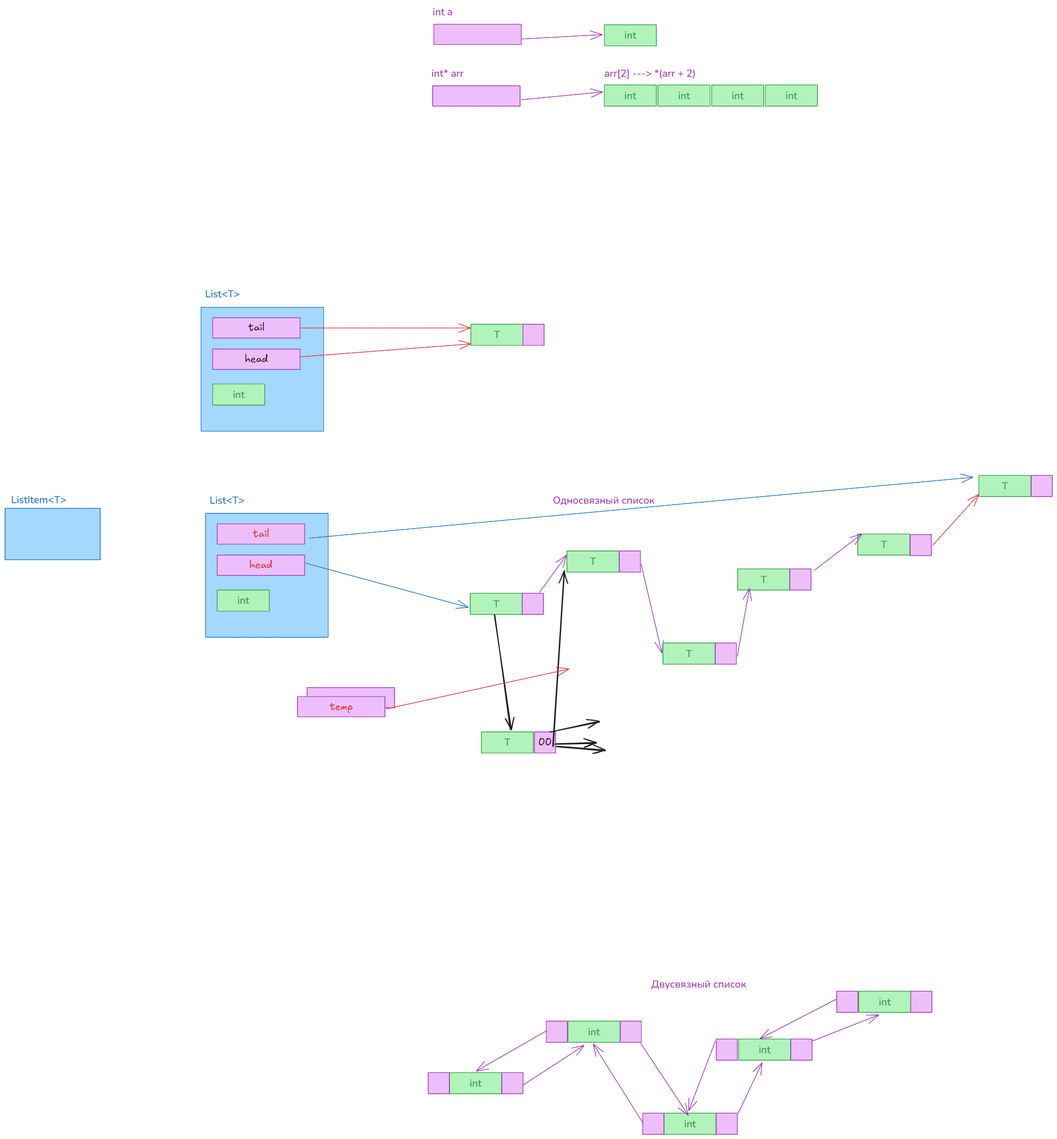
Above: img/09.dyn_structs.excalidraw.png in silvercodes/P42_cpp_oop (Excalidraw), before the change. Source tidied: one line per element, renumbered; positions are measured from the earlier drawing's top-left corner, leaving out a move shared by most shapes.
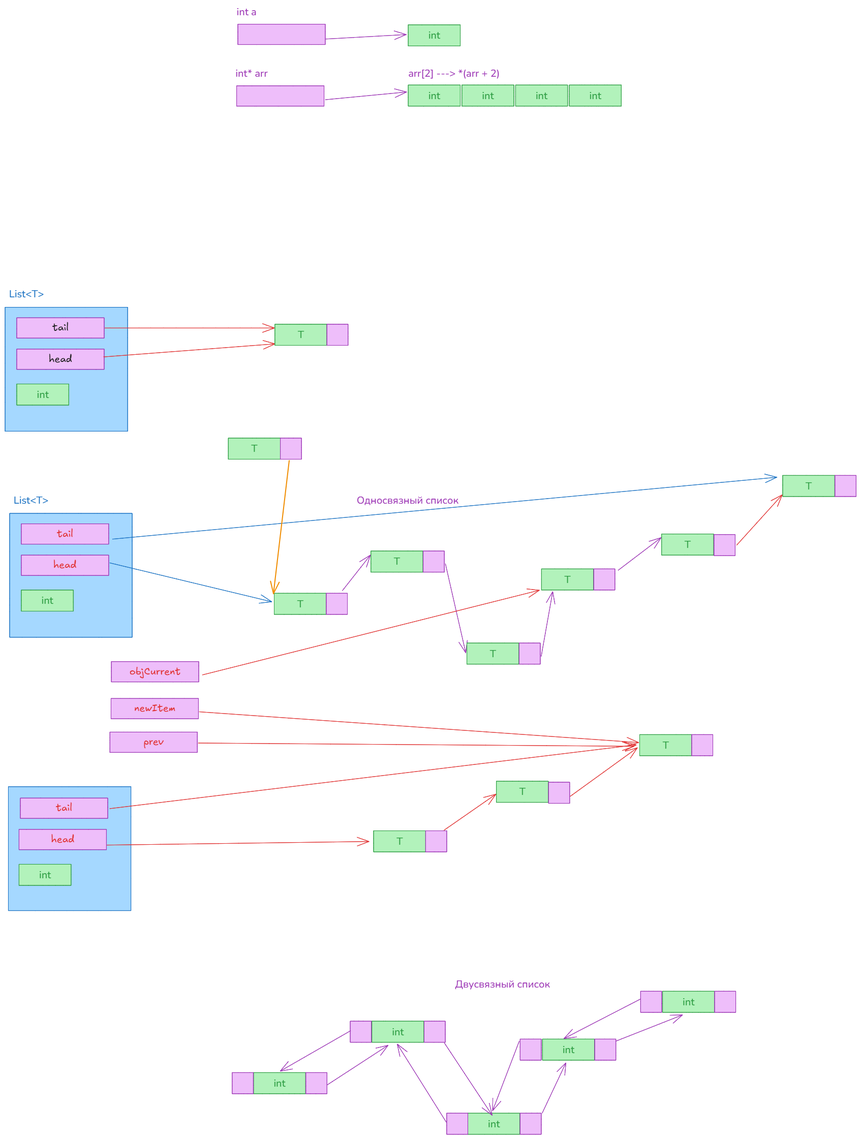
The same file after the commit.

Diff of the diagram source:
```diff
@@ -17,5 +17,5 @@
 {"id": 16, "type": "arrow", "strokeColor": "#9c36b5", "backgroundColor": "#eebefa", "fillStyle": "solid", "strokeWidth": 1, "roughness": 0, "endArrowhead": "arrow", "round": true, "from": 14, "to": 0, "x": 631, "y": 67, "width": 158, "height": 9, "points": [[0, 0], [158, -9]]}
-{"id": 17, "type": "rectangle", "strokeColor": "#2f9e44", "backgroundColor": "#b2f2bb", "fillStyle": "solid", "strokeWidth": 1, "roughness": 0, "x": 530, "y": 1157, "width": 102, "height": 42}
-{"id": 18, "type": "text", "text": "T", "strokeColor": "#2f9e44", "backgroundColor": "#b2f2bb", "fillStyle": "solid", "strokeWidth": 1, "roughness": 0, "fontSize": 20, "fontFamily": 6, "textAlign": "center", "verticalAlign": "middle", "inside": 17, "x": 575, "y": 1165, "width": 12, "height": 27}
-{"id": 19, "type": "rectangle", "strokeColor": "#9c36b5", "backgroundColor": "#eebefa", "fillStyle": "solid", "strokeWidth": 1, "roughness": 0, "x": 632, "y": 1157, "width": 42, "height": 42}
+{"id": 96, "type": "rectangle", "strokeColor": "#2f9e44", "backgroundColor": "#b2f2bb", "fillStyle": "solid", "strokeWidth": 1, "roughness": 0, "x": 530, "y": 1157, "width": 102, "height": 42}
+{"id": 97, "type": "text", "text": "T", "strokeColor": "#2f9e44", "backgroundColor": "#b2f2bb", "fillStyle": "solid", "strokeWidth": 1, "roughness": 0, "fontSize": 20, "fontFamily": 6, "textAlign": "center", "verticalAlign": "middle", "inside": 96, "x": 575, "y": 1165, "width": 12, "height": 27}
+{"id": 98, "type": "rectangle", "strokeColor": "#9c36b5", "backgroundColor": "#eebefa", "fillStyle": "solid", "strokeWidth": 1, "roughness": 0, "x": 632, "y": 1157, "width": 42, "height": 42}
 {"id": 20, "type": "rectangle", "strokeColor": "#2f9e44", "backgroundColor": "#b2f2bb", "fillStyle": "solid", "strokeWidth": 1, "roughness": 0, "x": 720, "y": 1074, "width": 102, "height": 42}
@@ -26,4 +26,4 @@
 {"id": 25, "type": "rectangle", "strokeColor": "#9c36b5", "backgroundColor": "#eebefa", "fillStyle": "solid", "strokeWidth": 1, "roughness": 0, "x": 1158, "y": 1109, "width": 42, "height": 42}
-{"id": 26, "type": "arrow", "strokeColor": "#9c36b5", "backgroundColor": "#eebefa", "fillStyle": "solid", "strokeWidth": 1, "roughness": 0, "endArrowhead": "arrow", "round": true, "from": 19, "to": 20, "x": 666, "y": 1155, "width": 53, "height": 73, "points": [[0, 0], [53, -73]]}
+{"id": 26, "type": "arrow", "strokeColor": "#9c36b5", "backgroundColor": "#eebefa", "fillStyle": "solid", "strokeWidth": 1, "roughness": 0, "endArrowhead": "arrow", "round": true, "from": 98, "to": 20, "x": 664, "y": 1152, "width": 55, "height": 70, "points": [[0, 0], [55, -70]]}
-{"id": 27, "type": "arrow", "strokeColor": "#9c36b5", "backgroundColor": "#eebefa", "fillStyle": "solid", "strokeWidth": 1, "roughness": 0, "endArrowhead": "arrow", "round": true, "from": 22, "to": 32, "x": 866, "y": 1101, "width": 41, "height": 174, "points": [[0, 0], [41, 174]]}
+{"id": 27, "type": "arrow", "strokeColor": "#9c36b5", "backgroundColor": "#eebefa", "fillStyle": "solid", "strokeWidth": 1, "roughness": 0, "endArrowhead": "arrow", "round": true, "from": 22, "to": 32, "x": 866, "y": 1099, "width": 40, "height": 176, "points": [[0, 0], [40, 176]]}
 {"id": 28, "type": "rectangle", "strokeColor": "#2f9e44", "backgroundColor": "#b2f2bb", "fillStyle": "solid", "strokeWidth": 1, "roughness": 0, "x": 1292, "y": 1041, "width": 102, "height": 42}
@@ -31,3 +31,3 @@
 {"id": 30, "type": "rectangle", "strokeColor": "#9c36b5", "backgroundColor": "#eebefa", "fillStyle": "solid", "strokeWidth": 1, "roughness": 0, "x": 1395, "y": 1042, "width": 42, "height": 42}
-{"id": 31, "type": "arrow", "strokeColor": "#9c36b5", "backgroundColor": "#eebefa", "fillStyle": "solid", "strokeWidth": 1, "roughness": 0, "endArrowhead": "arrow", "round": true, "from": 25, "to": 28, "x": 1206, "y": 1112, "width": 94, "height": 72, "points": [[0, 0], [94, -72]]}
+{"id": 31, "type": "arrow", "strokeColor": "#9c36b5", "backgroundColor": "#eebefa", "fillStyle": "solid", "strokeWidth": 1, "roughness": 0, "endArrowhead": "arrow", "round": true, "from": 25, "to": 28, "x": 1206, "y": 1112, "width": 84, "height": 64, "points": [[0, 0], [84, -64]]}
 {"id": 32, "type": "rectangle", "strokeColor": "#2f9e44", "backgroundColor": "#b2f2bb", "fillStyle": "solid", "strokeWidth": 1, "roughness": 0, "x": 909, "y": 1255, "width": 102, "height": 42}
@@ -35,3 +35,3 @@
 {"id": 34, "type": "rectangle", "strokeColor": "#9c36b5", "backgroundColor": "#eebefa", "fillStyle": "solid", "strokeWidth": 1, "roughness": 0, "x": 1011, "y": 1255, "width": 42, "height": 42}
-{"id": 35, "type": "arrow", "strokeColor": "#9c36b5", "backgroundColor": "#eebefa", "fillStyle": "solid", "strokeWidth": 1, "roughness": 0, "endArrowhead": "arrow", "round": true, "from": 34, "to": 23, "x": 1055, "y": 1281, "width": 24, "height": 134, "points": [[0, 0], [24, -134]]}
+{"id": 35, "type": "arrow", "strokeColor": "#9c36b5", "backgroundColor": "#eebefa", "fillStyle": "solid", "strokeWidth": 1, "roughness": 0, "endArrowhead": "arrow", "round": true, "from": 34, "to": 23, "x": 1055, "y": 1281, "width": 23, "height": 127, "points": [[0, 0], [23, -127]]}
 {"id": 36, "type": "text", "text": "Односвязный список", "strokeColor": "#9c36b5", "backgroundColor": "#eebefa", "fillStyle": "solid", "strokeWidth": 1, "roughness": 0, "fontSize": 20, "fontFamily": 6, "x": 692, "y": 961, "width": 200, "height": 27}
@@ -66,11 +66,11 @@
 {"id": 65, "type": "text", "text": "Двусвязный список", "strokeColor": "#9c36b5", "backgroundColor": "#eebefa", "fillStyle": "solid", "strokeWidth": 1, "roughness": 0, "fontSize": 20, "fontFamily": 6, "x": 885, "y": 1913, "width": 187, "height": 27}
-{"id": 66, "type": "rectangle", "strokeColor": "#1971c2", "backgroundColor": "#a5d8ff", "fillStyle": "solid", "strokeWidth": 1, "roughness": 0, "x": 9, "y": 1000, "width": 241, "height": 244}
-{"id": 67, "type": "rectangle", "strokeColor": "#9c36b5", "backgroundColor": "#eebefa", "fillStyle": "solid", "strokeWidth": 1, "roughness": 0, "x": 32, "y": 1082, "width": 172, "height": 40}
-{"id": 68, "type": "text", "text": "head", "strokeColor": "#e03131", "strokeWidth": 1, "roughness": 0, "fontSize": 20, "fontFamily": 5, "textAlign": "center", "verticalAlign": "middle", "inside": 67, "x": 95, "y": 1090, "width": 46, "height": 25}
+{"id": 99, "type": "rectangle", "strokeColor": "#1971c2", "backgroundColor": "#a5d8ff", "fillStyle": "solid", "strokeWidth": 1, "roughness": 0, "x": 9, "y": 1000, "width": 241, "height": 244}
+{"id": 100, "type": "rectangle", "strokeColor": "#9c36b5", "backgroundColor": "#eebefa", "fillStyle": "solid", "strokeWidth": 1, "roughness": 0, "x": 32, "y": 1082, "width": 172, "height": 40}
+{"id": 101, "type": "text", "text": "head", "strokeColor": "#e03131", "strokeWidth": 1, "roughness": 0, "fontSize": 20, "fontFamily": 5, "textAlign": "center", "verticalAlign": "middle", "inside": 100, "x": 95, "y": 1090, "width": 46, "height": 25}
-{"id": 69, "type": "arrow", "strokeColor": "#1971c2", "backgroundColor": "#a5d8ff", "fillStyle": "solid", "strokeWidth": 1, "roughness": 0, "endArrowhead": "arrow", "round": true, "from": 67, "to": 17, "x": 206, "y": 1098, "width": 320, "height": 87, "points": [[0, 0], [320, 87]]}
+{"id": 69, "type": "arrow", "strokeColor": "#1971c2", "backgroundColor": "#a5d8ff", "fillStyle": "solid", "strokeWidth": 1, "roughness": 0, "endArrowhead": "arrow", "round": true, "from": 100, "to": 96, "x": 206, "y": 1097, "width": 319, "height": 77, "points": [[0, 0], [319, 77]]}
-{"id": 70, "type": "rectangle", "strokeColor": "#2f9e44", "backgroundColor": "#b2f2bb", "fillStyle": "solid", "strokeWidth": 1, "roughness": 0, "x": 32, "y": 1151, "width": 102, "height": 42}
-{"id": 71, "type": "text", "text": "int", "strokeColor": "#2f9e44", "backgroundColor": "#b2f2bb", "fillStyle": "solid", "strokeWidth": 1, "roughness": 0, "fontSize": 20, "fontFamily": 6, "textAlign": "center", "verticalAlign": "middle", "inside": 70, "x": 71, "y": 1158, "width": 23, "height": 27}
-{"id": 72, "type": "rectangle", "strokeColor": "#9c36b5", "backgroundColor": "#eebefa", "fillStyle": "solid", "strokeWidth": 1, "roughness": 0, "x": 32, "y": 1021, "width": 172, "height": 40}
-{"id": 73, "type": "text", "text": "tail", "strokeColor": "#e03131", "strokeWidth": 1, "roughness": 0, "fontSize": 20, "fontFamily": 5, "textAlign": "center", "verticalAlign": "middle", "inside": 72, "x": 102, "y": 1028, "width": 32, "height": 25}
+{"id": 102, "type": "rectangle", "strokeColor": "#2f9e44", "backgroundColor": "#b2f2bb", "fillStyle": "solid", "strokeWidth": 1, "roughness": 0, "x": 32, "y": 1151, "width": 102, "height": 42}
+{"id": 103, "type": "text", "text": "int", "strokeColor": "#2f9e44", "backgroundColor": "#b2f2bb", "fillStyle": "solid", "strokeWidth": 1, "roughness": 0, "fontSize": 20, "fontFamily": 6, "textAlign": "center", "verticalAlign": "middle", "inside": 102, "x": 71, "y": 1158, "width": 23, "height": 27}
+{"id": 104, "type": "rectangle", "strokeColor": "#9c36b5", "backgroundColor": "#eebefa", "fillStyle": "solid", "strokeWidth": 1, "roughness": 0, "x": 32, "y": 1021, "width": 172, "height": 40}
+{"id": 105, "type": "text", "text": "tail", "strokeColor": "#e03131", "strokeWidth": 1, "roughness": 0, "fontSize": 20, "fontFamily": 5, "textAlign": "center", "verticalAlign": "middle", "inside": 104, "x": 102, "y": 1028, "width": 32, "height": 25}
-{"id": 74, "type": "arrow", "strokeColor": "#1971c2", "backgroundColor": "#a5d8ff", "fillStyle": "solid", "strokeWidth": 1, "roughness": 0, "endArrowhead": "arrow", "round": true, "from": 72, "to": 89, "x": 213, "y": 1049, "width": 1306, "height": 120, "points": [[0, 0], [1306, -120]]}
+{"id": 74, "type": "arrow", "strokeColor": "#1971c2", "backgroundColor": "#a5d8ff", "fillStyle": "solid", "strokeWidth": 1, "roughness": 0, "endArrowhead": "arrow", "round": true, "from": 104, "to": 89, "x": 211, "y": 1051, "width": 1307, "height": 122, "points": [[0, 0], [1307, -122]]}
 {"id": 75, "type": "text", "text": "List<T>", "strokeColor": "#1971c2", "backgroundColor": "#a5d8ff", "fillStyle": "solid", "strokeWidth": 1, "roughness": 0, "fontSize": 20, "fontFamily": 6, "x": 17, "y": 961, "width": 69, "height": 27}
@@ -92,5 +92,34 @@
 {"id": 91, "type": "rectangle", "strokeColor": "#9c36b5", "backgroundColor": "#eebefa", "fillStyle": "solid", "strokeWidth": 1, "roughness": 0, "x": 1633, "y": 925, "width": 42, "height": 42}
-{"id": 92, "type": "arrow", "strokeColor": "#e03131", "strokeWidth": 1, "roughness": 0, "endArrowhead": "arrow", "round": true, "from": 30, "to": 89, "x": 1439, "y": 1063, "width": 91, "height": 100, "points": [[0, 0], [91, -100]]}
+{"id": 92, "type": "arrow", "strokeColor": "#e03131", "strokeWidth": 1, "roughness": 0, "endArrowhead": "arrow", "round": true, "from": 30, "to": 89, "x": 1439, "y": 1063, "width": 90, "height": 99, "points": [[0, 0], [90, -99]]}
-{"id": 93, "type": "arrow", "strokeColor": "#e03131", "strokeWidth": 1, "roughness": 0, "endArrowhead": "arrow", "round": true, "from": 94, "x": 365, "y": 1385, "width": 359, "height": 78, "points": [[0, 0], [359, -78]]}
-{"id": 94, "type": "rectangle", "strokeColor": "#9c36b5", "backgroundColor": "#eebefa", "fillStyle": "solid", "strokeWidth": 1, "roughness": 0, "x": 190, "y": 1360, "width": 172, "height": 40}
-{"id": 95, "type": "text", "text": "temp", "strokeColor": "#e03131", "strokeWidth": 1, "roughness": 0, "fontSize": 20, "fontFamily": 5, "textAlign": "center", "verticalAlign": "middle", "inside": 94, "x": 253, "y": 1368, "width": 46, "height": 25}
+{"id": 66, "type": "rectangle", "strokeColor": "#1971c2", "backgroundColor": "#a5d8ff", "fillStyle": "solid", "strokeWidth": 1, "roughness": 0, "x": 6, "y": 1538, "width": 241, "height": 244}
+{"id": 67, "type": "rectangle", "strokeColor": "#9c36b5", "backgroundColor": "#eebefa", "fillStyle": "solid", "strokeWidth": 1, "roughness": 0, "x": 27, "y": 1622, "width": 172, "height": 40}
+{"id": 68, "type": "text", "text": "head", "strokeColor": "#e03131", "strokeWidth": 1, "roughness": 0, "fontSize": 20, "fontFamily": 5, "textAlign": "center", "verticalAlign": "middle", "inside": 67, "x": 91, "y": 1629, "width": 46, "height": 25}
+{"id": 70, "type": "rectangle", "strokeColor": "#2f9e44", "backgroundColor": "#b2f2bb", "fillStyle": "solid", "strokeWidth": 1, "roughness": 0, "x": 27, "y": 1690, "width": 102, "height": 42}
+{"id": 71, "type": "text", "text": "int", "strokeColor": "#2f9e44", "backgroundColor": "#b2f2bb", "fillStyle": "solid", "strokeWidth": 1, "roughness": 0, "fontSize": 20, "fontFamily": 6, "textAlign": "center", "verticalAlign": "middle", "inside": 70, "x": 67, "y": 1698, "width": 23, "height": 27}
+{"id": 106, "type": "rectangle", "strokeColor": "#9c36b5", "backgroundColor": "#eebefa", "fillStyle": "solid", "strokeWidth": 1, "roughness": 0, "x": 30, "y": 1560, "width": 172, "height": 40}
+{"id": 107, "type": "text", "text": "tail", "strokeColor": "#e03131", "strokeWidth": 1, "roughness": 0, "fontSize": 20, "fontFamily": 5, "textAlign": "center", "verticalAlign": "middle", "inside": 106, "x": 100, "y": 1568, "width": 32, "height": 25}
+{"id": 108, "type": "rectangle", "strokeColor": "#9c36b5", "backgroundColor": "#eebefa", "fillStyle": "solid", "strokeWidth": 1, "roughness": 0, "x": 209, "y": 1292, "width": 172, "height": 40}
+{"id": 109, "type": "text", "text": "objCurrent", "strokeColor": "#e03131", "strokeWidth": 1, "roughness": 0, "fontSize": 20, "fontFamily": 5, "textAlign": "center", "verticalAlign": "middle", "inside": 108, "x": 245, "y": 1299, "width": 101, "height": 25}
+{"id": 110, "type": "arrow", "strokeColor": "#e03131", "strokeWidth": 1, "roughness": 0, "endArrowhead": "arrow", "round": true, "from": 108, "to": 23, "x": 388, "y": 1318, "width": 663, "height": 167, "points": [[0, 0], [663, -167]]}
+{"id": 111, "type": "rectangle", "strokeColor": "#9c36b5", "backgroundColor": "#eebefa", "fillStyle": "solid", "strokeWidth": 1, "roughness": 0, "x": 208, "y": 1364, "width": 172, "height": 40}
+{"id": 112, "type": "text", "text": "newItem", "strokeColor": "#e03131", "strokeWidth": 1, "roughness": 0, "fontSize": 20, "fontFamily": 5, "textAlign": "center", "verticalAlign": "middle", "inside": 111, "x": 254, "y": 1372, "width": 81, "height": 25}
+{"id": 113, "type": "arrow", "strokeColor": "#e03131", "strokeWidth": 1, "roughness": 0, "endArrowhead": "arrow", "round": true, "from": 111, "to": 17, "x": 382, "y": 1390, "width": 865, "height": 61, "points": [[0, 0], [865, 61]]}
+{"id": 72, "type": "rectangle", "strokeColor": "#9c36b5", "backgroundColor": "#eebefa", "fillStyle": "solid", "strokeWidth": 1, "roughness": 0, "x": 206, "y": 1430, "width": 172, "height": 40}
+{"id": 73, "type": "text", "text": "prev", "strokeColor": "#e03131", "strokeWidth": 1, "roughness": 0, "fontSize": 20, "fontFamily": 5, "textAlign": "center", "verticalAlign": "middle", "inside": 72, "x": 272, "y": 1438, "width": 40, "height": 25}
+{"id": 114, "type": "arrow", "strokeColor": "#e03131", "strokeWidth": 1, "roughness": 0, "endArrowhead": "arrow", "round": true, "from": 72, "to": 17, "x": 380, "y": 1452, "width": 858, "height": 6, "points": [[0, 0], [858, 6]]}
+{"id": 115, "type": "rectangle", "strokeColor": "#2f9e44", "backgroundColor": "#b2f2bb", "fillStyle": "solid", "strokeWidth": 1, "roughness": 0, "x": 725, "y": 1625, "width": 102, "height": 42}
+{"id": 116, "type": "text", "text": "T", "strokeColor": "#2f9e44", "backgroundColor": "#b2f2bb", "fillStyle": "solid", "strokeWidth": 1, "roughness": 0, "fontSize": 20, "fontFamily": 6, "textAlign": "center", "verticalAlign": "middle", "inside": 115, "x": 770, "y": 1632, "width": 12, "height": 27}
+{"id": 117, "type": "rectangle", "strokeColor": "#9c36b5", "backgroundColor": "#eebefa", "fillStyle": "solid", "strokeWidth": 1, "roughness": 0, "x": 827, "y": 1625, "width": 42, "height": 42}
+{"id": 118, "type": "arrow", "strokeColor": "#e03131", "strokeWidth": 1, "roughness": 0, "endArrowhead": "arrow", "round": true, "from": 106, "to": 17, "x": 206, "y": 1581, "width": 1036, "height": 126, "points": [[0, 0], [1036, -126]]}
+{"id": 119, "type": "arrow", "strokeColor": "#e03131", "strokeWidth": 1, "roughness": 0, "endArrowhead": "arrow", "round": true, "from": 67, "to": 115, "x": 200, "y": 1653, "width": 516, "height": 7, "points": [[0, 0], [516, -7]]}
+{"id": 120, "type": "rectangle", "strokeColor": "#2f9e44", "backgroundColor": "#b2f2bb", "fillStyle": "solid", "strokeWidth": 1, "roughness": 0, "x": 967, "y": 1527, "width": 102, "height": 42}
+{"id": 121, "type": "text", "text": "T", "strokeColor": "#2f9e44", "backgroundColor": "#b2f2bb", "fillStyle": "solid", "strokeWidth": 1, "roughness": 0, "fontSize": 20, "fontFamily": 6, "textAlign": "center", "verticalAlign": "middle", "inside": 120, "x": 1012, "y": 1534, "width": 12, "height": 27}
+{"id": 122, "type": "rectangle", "strokeColor": "#9c36b5", "backgroundColor": "#eebefa", "fillStyle": "solid", "strokeWidth": 1, "roughness": 0, "x": 1069, "y": 1529, "width": 42, "height": 42}
+{"id": 123, "type": "arrow", "strokeColor": "#e03131", "strokeWidth": 1, "roughness": 0, "endArrowhead": "arrow", "round": true, "from": 117, "to": 120, "x": 864, "y": 1624, "width": 102, "height": 71, "points": [[0, 0], [102, -71]]}
+{"id": 17, "type": "rectangle", "strokeColor": "#2f9e44", "backgroundColor": "#b2f2bb", "fillStyle": "solid", "strokeWidth": 1, "roughness": 0, "x": 1249, "y": 1435, "width": 102, "height": 42}
+{"id": 18, "type": "text", "text": "T", "strokeColor": "#2f9e44", "backgroundColor": "#b2f2bb", "fillStyle": "solid", "strokeWidth": 1, "roughness": 0, "fontSize": 20, "fontFamily": 6, "textAlign": "center", "verticalAlign": "middle", "inside": 17, "x": 1294, "y": 1443, "width": 12, "height": 27}
+{"id": 19, "type": "rectangle", "strokeColor": "#9c36b5", "backgroundColor": "#eebefa", "fillStyle": "solid", "strokeWidth": 1, "roughness": 0, "x": 1351, "y": 1435, "width": 42, "height": 42}
+{"id": 124, "type": "arrow", "strokeColor": "#e03131", "strokeWidth": 1, "roughness": 0, "endArrowhead": "arrow", "round": true, "from": 122, "to": 17, "x": 1112, "y": 1557, "width": 132, "height": 96, "points": [[0, 0], [132, -96]]}
+{"id": 125, "type": "rectangle", "strokeColor": "#2f9e44", "backgroundColor": "#b2f2bb", "fillStyle": "solid", "strokeWidth": 1, "roughness": 0, "x": 439, "y": 852, "width": 102, "height": 42}
+{"id": 126, "type": "text", "text": "T", "strokeColor": "#2f9e44", "backgroundColor": "#b2f2bb", "fillStyle": "solid", "strokeWidth": 1, "roughness": 0, "fontSize": 20, "fontFamily": 6, "textAlign": "center", "verticalAlign": "middle", "inside": 125, "x": 484, "y": 859, "width": 12, "height": 27}
+{"id": 127, "type": "rectangle", "strokeColor": "#9c36b5", "backgroundColor": "#eebefa", "fillStyle": "solid", "strokeWidth": 1, "roughness": 0, "x": 542, "y": 852, "width": 42, "height": 42}
```
